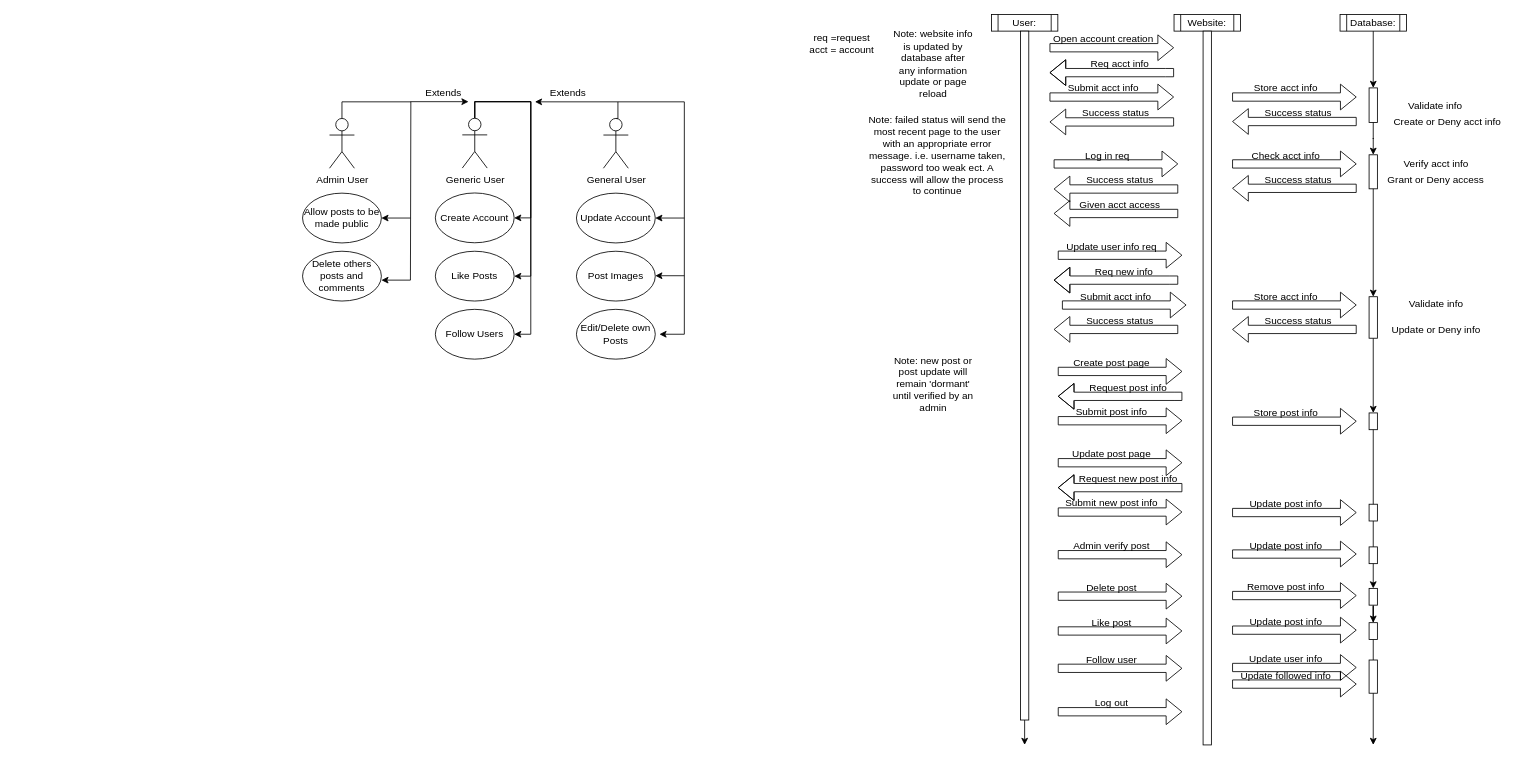
Before: Diagrams.drawio in wreich2/cosc412, a draw.io diagram. Source tidied: cells renumbered, new cells numbered last; positions are measured from the earlier drawing's top-left corner, leaving out a move shared by most shapes. Both pictures are drawn from the tidied source at 83%, with x=0, y=0 at pixel (302, 14).
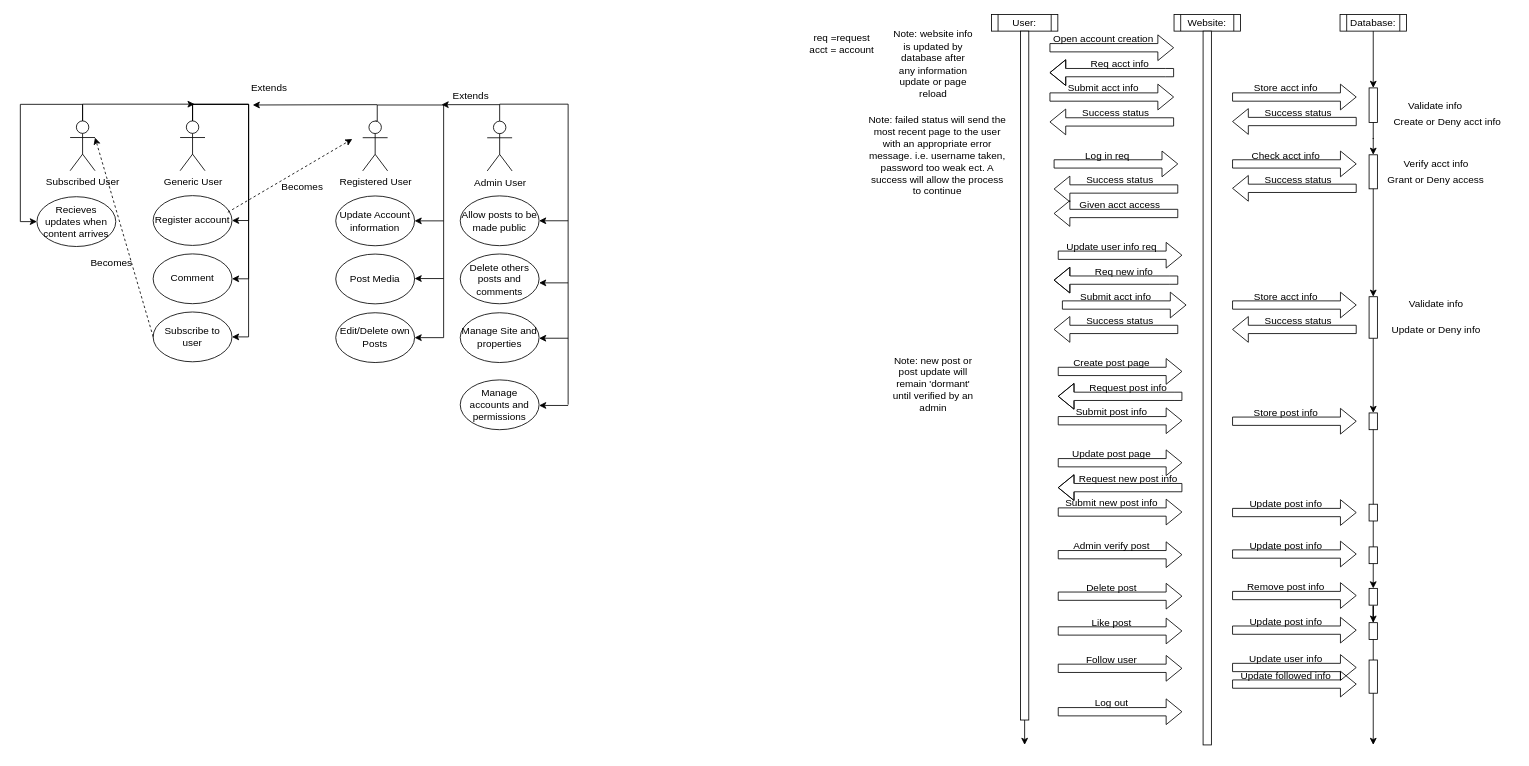
The same page after the edit.

Change to the diagram source:
```diff
@@
     <mxCell id="5" value="Generic User" style="shape=umlActor;verticalLabelPosition=bottom;verticalAlign=top;html=1;outlineConnect=0;" parent="1" vertex="1">
-      <mxGeometry x="192.5" y="125" width="30" height="60" as="geometry" />
+      <mxGeometry x="-147.5" y="128.2" width="30" height="60" as="geometry" />
     </mxCell>
-    <mxCell id="6" value="Create Account" style="ellipse;whiteSpace=wrap;html=1;" parent="1" vertex="1">
-      <mxGeometry x="160" y="215" width="95" height="60" as="geometry" />
+    <mxCell id="6" value="Register account" style="ellipse;whiteSpace=wrap;html=1;" parent="1" vertex="1">
+      <mxGeometry x="-180" y="218.2" width="95" height="60" as="geometry" />
     </mxCell>
-    <mxCell id="7" value="Update Account" style="ellipse;whiteSpace=wrap;html=1;" parent="1" vertex="1">
-      <mxGeometry x="330" y="215.2" width="95" height="60" as="geometry" />
+    <mxCell id="7" value="Update Account information" style="ellipse;whiteSpace=wrap;html=1;" parent="1" vertex="1">
+      <mxGeometry x="40" y="218.6" width="95" height="60" as="geometry" />
     </mxCell>
-    <mxCell id="8" value="Post Images" style="ellipse;whiteSpace=wrap;html=1;" parent="1" vertex="1">
-      <mxGeometry x="330" y="285.2" width="95" height="60" as="geometry" />
+    <mxCell id="8" value="Post Media" style="ellipse;whiteSpace=wrap;html=1;" parent="1" vertex="1">
+      <mxGeometry x="40" y="288.6" width="95" height="60" as="geometry" />
     </mxCell>
     <mxCell id="9" value="Edit/Delete own Posts" style="ellipse;whiteSpace=wrap;html=1;" parent="1" vertex="1">
-      <mxGeometry x="330" y="355.2" width="95" height="60" as="geometry" />
+      <mxGeometry x="40" y="359.3" width="95" height="60" as="geometry" />
     </mxCell>
-    <mxCell id="10" value="Like Posts" style="ellipse;whiteSpace=wrap;html=1;" parent="1" vertex="1">
-      <mxGeometry x="160" y="285.2" width="95" height="60" as="geometry" />
+    <mxCell id="10" value="Comment" style="ellipse;whiteSpace=wrap;html=1;" parent="1" vertex="1">
+      <mxGeometry x="-180" y="288.4" width="95" height="60" as="geometry" />
     </mxCell>
-    <mxCell id="11" value="Follow Users" style="ellipse;whiteSpace=wrap;html=1;" parent="1" vertex="1">
-      <mxGeometry x="160" y="355.2" width="95" height="60" as="geometry" />
+    <mxCell id="11" value="Subscribe to user" style="ellipse;whiteSpace=wrap;html=1;" parent="1" vertex="1">
+      <mxGeometry x="-180" y="358.4" width="95" height="60" as="geometry" />
     </mxCell>
@@
-    <mxCell id="98" style="edgeStyle=orthogonalEdgeStyle;rounded=0;jettySize=auto;html=1;exitX=0.5;exitY=0;exitDx=0;exitDy=0;exitPerimeter=0;" parent="1" edge="1" source="99">
+    <mxCell id="98" style="edgeStyle=orthogonalEdgeStyle;rounded=0;jettySize=auto;html=1;exitX=0.5;exitY=0;exitDx=0;exitDy=0;exitPerimeter=0;entryX=1;entryY=0.5;entryDx=0;entryDy=0;" parent="1" edge="1" source="99" target="9">
       <mxGeometry relative="1" as="geometry">
-        <mxPoint x="430" y="385.2" as="targetPoint" />
         <Array as="points">
-          <mxPoint x="380" y="125.2" />
-          <mxPoint x="380" y="105.2" />
-          <mxPoint x="460" y="105.2" />
-          <mxPoint x="460" y="385.2" />
+          <mxPoint x="90" y="128" />
+          <mxPoint x="90" y="109" />
+          <mxPoint x="170" y="109" />
+          <mxPoint x="170" y="389" />
         </Array>
       </mxGeometry>
     </mxCell>
-    <mxCell id="99" value="General User" style="shape=umlActor;verticalLabelPosition=bottom;verticalAlign=top;html=1;outlineConnect=0;" parent="1" vertex="1">
-      <mxGeometry x="362.5" y="125.2" width="30" height="60" as="geometry" />
+    <mxCell id="99" value="Registered User" style="shape=umlActor;verticalLabelPosition=bottom;verticalAlign=top;html=1;outlineConnect=0;" parent="1" vertex="1">
+      <mxGeometry x="72.5" y="128.4" width="30" height="60" as="geometry" />
     </mxCell>
     <mxCell id="100" style="endArrow=classic;html=1;entryX=1;entryY=0.5;entryDx=0;entryDy=0;" parent="1" edge="1" target="7">
       <mxGeometry relative="1" as="geometry">
-        <mxPoint x="460" y="245.2" as="sourcePoint" />
+        <mxPoint x="170" y="248.6" as="sourcePoint" />
       </mxGeometry>
     </mxCell>
     <mxCell id="101" style="endArrow=classic;html=1;entryX=1;entryY=0.5;entryDx=0;entryDy=0;" parent="1" edge="1">
       <mxGeometry relative="1" as="geometry">
-        <mxPoint x="460" y="314.7" as="sourcePoint" />
-        <mxPoint x="425" y="314.7" as="targetPoint" />
+        <mxPoint x="170" y="318.1" as="sourcePoint" />
+        <mxPoint x="135" y="318.1" as="targetPoint" />
       </mxGeometry>
     </mxCell>
     <mxCell id="102" style="endArrow=classic;html=1;" parent="1" edge="1">
       <mxGeometry relative="1" as="geometry">
-        <mxPoint x="380" y="105.2" as="sourcePoint" />
-        <mxPoint x="280" y="105.2" as="targetPoint" />
+        <mxPoint x="90" y="108.6" as="sourcePoint" />
+        <mxPoint x="-60" y="109" as="targetPoint" />
       </mxGeometry>
     </mxCell>
     <mxCell id="103" value="Extends" style="text;html=1;strokeColor=none;fillColor=none;align=center;verticalAlign=middle;whiteSpace=wrap;rounded=0;" parent="1" vertex="1">
-      <mxGeometry x="300" y="85" width="40" height="20" as="geometry" />
+      <mxGeometry x="182.5" y="88.4" width="40" height="20" as="geometry" />
     </mxCell>
     <mxCell id="104" value="Allow posts to be made public" style="ellipse;whiteSpace=wrap;html=1;" parent="1" vertex="1">
-      <mxGeometry y="215.2" width="95" height="60" as="geometry" />
+      <mxGeometry x="190" y="218.5" width="95" height="60" as="geometry" />
     </mxCell>
     <mxCell id="105" value="Delete others posts and comments" style="ellipse;whiteSpace=wrap;html=1;" parent="1" vertex="1">
-      <mxGeometry y="285.2" width="95" height="60" as="geometry" />
+      <mxGeometry x="190" y="288.5" width="95" height="60" as="geometry" />
     </mxCell>
     <mxCell id="106" style="edgeStyle=orthogonalEdgeStyle;rounded=0;jettySize=auto;html=1;exitX=0.5;exitY=0;exitDx=0;exitDy=0;exitPerimeter=0;endArrow=none;endFill=0;" parent="1" edge="1" source="107">
       <mxGeometry relative="1" as="geometry">
-        <mxPoint x="130" y="320" as="targetPoint" />
+        <mxPoint x="320" y="470" as="targetPoint" />
+        <Array as="points">
+          <mxPoint x="238" y="108" />
+          <mxPoint x="320" y="108" />
+        </Array>
       </mxGeometry>
     </mxCell>
     <mxCell id="107" value="Admin User" style="shape=umlActor;verticalLabelPosition=bottom;verticalAlign=top;html=1;outlineConnect=0;" parent="1" vertex="1">
-      <mxGeometry x="32.5" y="125.2" width="30" height="60" as="geometry" />
+      <mxGeometry x="222.5" y="128.5" width="30" height="60" as="geometry" />
     </mxCell>
     <mxCell id="108" style="endArrow=classic;html=1;entryX=1;entryY=0.5;entryDx=0;entryDy=0;" parent="1" edge="1" target="104">
       <mxGeometry relative="1" as="geometry">
-        <mxPoint x="130" y="245.2" as="sourcePoint" />
+        <mxPoint x="320" y="248.5" as="sourcePoint" />
       </mxGeometry>
     </mxCell>
     <mxCell id="109" style="endArrow=classic;html=1;entryX=1;entryY=0.5;entryDx=0;entryDy=0;" parent="1" edge="1">
       <mxGeometry relative="1" as="geometry">
-        <mxPoint x="130" y="320" as="sourcePoint" />
-        <mxPoint x="95" y="320" as="targetPoint" />
+        <mxPoint x="320" y="323.3" as="sourcePoint" />
+        <mxPoint x="285" y="323.3" as="targetPoint" />
       </mxGeometry>
     </mxCell>
-    <mxCell id="110" value="Extends" style="text;html=1;strokeColor=none;fillColor=none;align=center;verticalAlign=middle;whiteSpace=wrap;rounded=0;" parent="1" vertex="1">
-      <mxGeometry x="150" y="85" width="40" height="20" as="geometry" />
-    </mxCell>
-    <mxCell id="111" style="endArrow=classic;html=1;strokeColor=#000000;" parent="1" edge="1">
-      <mxGeometry relative="1" as="geometry">
-        <mxPoint x="130" y="105" as="sourcePoint" />
-        <mxPoint x="200" y="105" as="targetPoint" />
-      </mxGeometry>
-    </mxCell>
@@
+    <mxCell id="110" value="Extends" style="text;html=1;strokeColor=none;fillColor=none;align=center;verticalAlign=middle;whiteSpace=wrap;rounded=0;" parent="1" vertex="1">
+      <mxGeometry x="-60" y="79.4" width="40" height="20" as="geometry" />
+    </mxCell>
+    <mxCell id="128" style="endArrow=classic;html=1;" parent="1" edge="1">
+      <mxGeometry relative="1" as="geometry">
+        <mxPoint x="237.5" y="108.6" as="sourcePoint" />
+        <mxPoint x="167.5" y="108.6" as="targetPoint" />
+      </mxGeometry>
+    </mxCell>
+    <mxCell id="129" value="Manage Site and properties" style="ellipse;whiteSpace=wrap;html=1;" parent="1" vertex="1">
+      <mxGeometry x="190" y="359.3" width="95" height="60" as="geometry" />
+    </mxCell>
+    <mxCell id="130" style="endArrow=classic;html=1;entryX=1;entryY=0.5;entryDx=0;entryDy=0;" parent="1" edge="1">
+      <mxGeometry relative="1" as="geometry">
+        <mxPoint x="320" y="390" as="sourcePoint" />
+        <mxPoint x="285" y="390" as="targetPoint" />
+      </mxGeometry>
+    </mxCell>
+    <mxCell id="131" style="endArrow=classic;html=1;dashed=1;" parent="1" edge="1">
+      <mxGeometry relative="1" as="geometry">
+        <mxPoint x="-90" y="238.2" as="sourcePoint" />
+        <mxPoint x="60" y="150" as="targetPoint" />
+      </mxGeometry>
+    </mxCell>
+    <mxCell id="132" value="Becomes" style="text;html=1;strokeColor=none;fillColor=none;align=center;verticalAlign=middle;whiteSpace=wrap;rounded=0;" parent="1" vertex="1">
+      <mxGeometry x="-20" y="198.2" width="40" height="20" as="geometry" />
+    </mxCell>
+    <mxCell id="133" value="Manage accounts and permissions" style="ellipse;whiteSpace=wrap;html=1;" parent="1" vertex="1">
+      <mxGeometry x="190" y="440.2" width="95" height="60" as="geometry" />
+    </mxCell>
+    <mxCell id="134" style="endArrow=classic;html=1;entryX=1;entryY=0.5;entryDx=0;entryDy=0;" parent="1" edge="1">
+      <mxGeometry relative="1" as="geometry">
+        <mxPoint x="320" y="471" as="sourcePoint" />
+        <mxPoint x="285" y="471" as="targetPoint" />
+      </mxGeometry>
+    </mxCell>
+    <mxCell id="135" style="edgeStyle=orthogonalEdgeStyle;rounded=0;jettySize=auto;html=1;exitX=0.5;exitY=0;exitDx=0;exitDy=0;exitPerimeter=0;" parent="1" edge="1" source="137">
+      <mxGeometry relative="1" as="geometry">
+        <mxPoint x="-130" y="108" as="targetPoint" />
+        <Array as="points">
+          <mxPoint x="-265" y="108" />
+        </Array>
+      </mxGeometry>
+    </mxCell>
+    <mxCell id="136" style="edgeStyle=orthogonalEdgeStyle;rounded=0;jettySize=auto;html=1;exitX=0.5;exitY=0;exitDx=0;exitDy=0;exitPerimeter=0;entryX=0;entryY=0.5;entryDx=0;entryDy=0;" parent="1" edge="1" source="137" target="138">
+      <mxGeometry relative="1" as="geometry" />
+    </mxCell>
+    <mxCell id="137" value="Subscribed User" style="shape=umlActor;verticalLabelPosition=bottom;verticalAlign=top;html=1;outlineConnect=0;" parent="1" vertex="1">
+      <mxGeometry x="-280" y="128.2" width="30" height="60" as="geometry" />
+    </mxCell>
+    <mxCell id="138" value="Recieves updates when content arrives" style="ellipse;whiteSpace=wrap;html=1;" parent="1" vertex="1">
+      <mxGeometry x="-320" y="219.5" width="95" height="60" as="geometry" />
+    </mxCell>
+    <mxCell id="139" style="endArrow=classic;html=1;dashed=1;entryX=1;entryY=0.3333333333333333;entryDx=0;entryDy=0;entryPerimeter=0;" parent="1" edge="1" target="137">
+      <mxGeometry relative="1" as="geometry">
+        <mxPoint x="-180" y="388.2" as="sourcePoint" />
+      </mxGeometry>
+    </mxCell>
+    <mxCell id="140" value="Becomes" style="text;html=1;strokeColor=none;fillColor=none;align=center;verticalAlign=middle;whiteSpace=wrap;rounded=0;" parent="1" vertex="1">
+      <mxGeometry x="-250" y="290" width="40" height="20" as="geometry" />
+    </mxCell>
```
